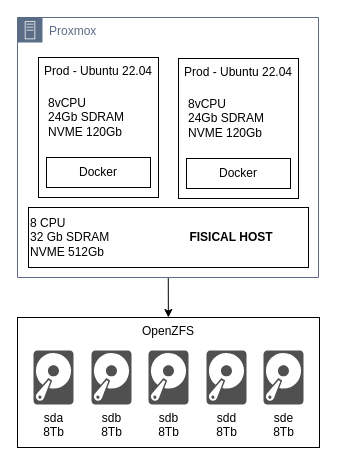
vshxp/home-server-docker-services keeps this draw.io diagram as architecture.drawio. Above is the earlier version. Source tidied: cells renumbered, new cells numbered last; positions are measured from the earlier drawing's top-left corner, leaving out a move shared by most shapes. Both pictures are drawn from the tidied source at 100%, with x=0, y=0 at pixel (17, 17).
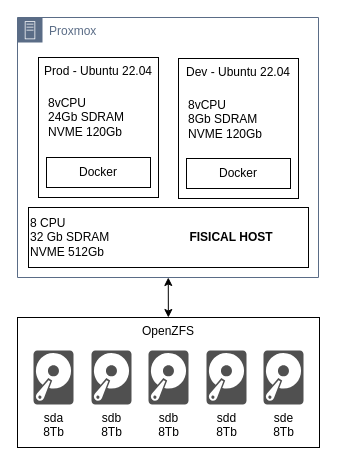
The same page after the edit.

Change to the diagram source:
```diff
@@
 <mxGraphModel>
   <root>
     <mxCell id="0" />
     <mxCell id="1" parent="0" />
-    <mxCell id="2" style="edgeStyle=none;html=1;" parent="1" edge="1" source="3" target="8">
+    <mxCell id="2" style="edgeStyle=none;html=1;startArrow=classic;startFill=1;" parent="1" edge="1" source="3" target="8">
       <mxGeometry relative="1" as="geometry" />
     </mxCell>
     <mxCell id="3" value="Proxmox" style="points=[[0,0],[0.25,0],[0.5,0],[0.75,0],[1,0],[1,0.25],[1,0.5],[1,0.75],[1,1],[0.75,1],[0.5,1],[0.25,1],[0,1],[0,0.75],[0,0.5],[0,0.25]];outlineConnect=0;gradientColor=none;html=1;whiteSpace=wrap;fontSize=12;fontStyle=0;shape=mxgraph.aws4.group;grIcon=mxgraph.aws4.group_on_premise;strokeColor=#5A6C86;fillColor=none;verticalAlign=top;align=left;spacingLeft=30;fontColor=#5A6C86;dashed=0;spacingTop=0;" parent="1" vertex="1">
       <mxGeometry width="301" height="260" as="geometry" />
     </mxCell>
     <mxCell id="4" value="Prod - Ubuntu 22.04" style="rounded=0;whiteSpace=wrap;html=1;shadow=0;sketch=0;align=center;verticalAlign=top;" parent="3" vertex="1">
       <mxGeometry x="21" y="40" width="120" height="140" as="geometry" />
     </mxCell>
     <mxCell id="5" value="Docker" style="rounded=0;whiteSpace=wrap;html=1;shadow=0;sketch=0;" parent="3" vertex="1">
       <mxGeometry x="29" y="140" width="104" height="30" as="geometry" />
     </mxCell>
     <mxCell id="6" value="8vCPU&lt;br&gt;24Gb SDRAM&lt;br&gt;NVME 120Gb" style="text;html=1;align=left;verticalAlign=middle;strokeColor=none;fillColor=none;" parent="3" vertex="1">
       <mxGeometry x="29" y="70" width="100" height="60" as="geometry" />
     </mxCell>
     <mxCell id="7" style="group;" parent="1" vertex="1">
       <mxGeometry y="300" width="302" height="130" as="geometry" />
     </mxCell>
     <mxCell id="8" value="OpenZFS" style="rounded=0;whiteSpace=wrap;html=1;labelPosition=center;verticalLabelPosition=middle;align=center;verticalAlign=top;" parent="7" vertex="1">
       <mxGeometry width="302" height="130" as="geometry" />
     </mxCell>
     <mxCell id="9" value="sda&lt;br&gt;8Tb" style="sketch=0;shadow=0;dashed=0;html=1;strokeColor=none;fillColor=#505050;labelPosition=center;verticalLabelPosition=bottom;verticalAlign=top;align=center;shape=mxgraph.office.devices.hard_disk;" parent="7" vertex="1">
       <mxGeometry x="16" y="33" width="40" height="54" as="geometry" />
     </mxCell>
     <mxCell id="10" value="sdb&lt;br&gt;8Tb" style="sketch=0;shadow=0;dashed=0;html=1;strokeColor=none;fillColor=#505050;labelPosition=center;verticalLabelPosition=bottom;verticalAlign=top;align=center;shape=mxgraph.office.devices.hard_disk;" parent="7" vertex="1">
       <mxGeometry x="74" y="33" width="40" height="54" as="geometry" />
     </mxCell>
     <mxCell id="11" value="sdb&lt;br&gt;8Tb" style="sketch=0;shadow=0;dashed=0;html=1;strokeColor=none;fillColor=#505050;labelPosition=center;verticalLabelPosition=bottom;verticalAlign=top;align=center;shape=mxgraph.office.devices.hard_disk;" parent="7" vertex="1">
       <mxGeometry x="131" y="33" width="40" height="54" as="geometry" />
     </mxCell>
     <mxCell id="12" value="sdd&lt;br&gt;8Tb" style="sketch=0;shadow=0;dashed=0;html=1;strokeColor=none;fillColor=#505050;labelPosition=center;verticalLabelPosition=bottom;verticalAlign=top;align=center;shape=mxgraph.office.devices.hard_disk;" parent="7" vertex="1">
       <mxGeometry x="189" y="33" width="40" height="54" as="geometry" />
     </mxCell>
     <mxCell id="13" value="sde&lt;br&gt;8Tb" style="sketch=0;shadow=0;dashed=0;html=1;strokeColor=none;fillColor=#505050;labelPosition=center;verticalLabelPosition=bottom;verticalAlign=top;align=center;shape=mxgraph.office.devices.hard_disk;" parent="7" vertex="1">
       <mxGeometry x="246" y="33" width="40" height="54" as="geometry" />
     </mxCell>
     <mxCell id="14" value="&lt;span style=&quot;&quot;&gt;8 CPU&lt;/span&gt;&lt;br style=&quot;&quot;&gt;&lt;div style=&quot;&quot;&gt;&lt;span style=&quot;background-color: initial;&quot;&gt;32 Gb SDRAM&lt;/span&gt;&lt;/div&gt;&lt;div style=&quot;&quot;&gt;&lt;span style=&quot;background-color: initial;&quot;&gt;NVME 512Gb&lt;/span&gt;&lt;/div&gt;" style="rounded=0;whiteSpace=wrap;html=1;shadow=0;sketch=0;align=left;" parent="1" vertex="1">
       <mxGeometry x="11" y="190" width="280" height="60" as="geometry" />
     </mxCell>
     <mxCell id="15" value="FISICAL HOST" style="text;html=1;strokeColor=none;fillColor=none;align=center;verticalAlign=middle;whiteSpace=wrap;rounded=0;shadow=0;sketch=0;fontStyle=1;" parent="1" vertex="1">
       <mxGeometry x="169" y="205" width="90" height="30" as="geometry" />
     </mxCell>
-    <mxCell id="16" value="Prod - Ubuntu 22.04" style="rounded=0;whiteSpace=wrap;html=1;shadow=0;sketch=0;align=center;verticalAlign=top;" parent="1" vertex="1">
+    <mxCell id="16" value="Dev - Ubuntu 22.04" style="rounded=0;whiteSpace=wrap;html=1;shadow=0;sketch=0;align=center;verticalAlign=top;" parent="1" vertex="1">
       <mxGeometry x="161" y="41" width="120" height="140" as="geometry" />
     </mxCell>
     <mxCell id="17" value="Docker" style="rounded=0;whiteSpace=wrap;html=1;shadow=0;sketch=0;" parent="1" vertex="1">
       <mxGeometry x="169" y="141" width="104" height="30" as="geometry" />
     </mxCell>
-    <mxCell id="18" value="8vCPU&lt;br&gt;24Gb SDRAM&lt;br&gt;NVME 120Gb" style="text;html=1;align=left;verticalAlign=middle;strokeColor=none;fillColor=none;" parent="1" vertex="1">
-      <mxGeometry x="169" y="71" width="100" height="60" as="geometry" />
+    <mxCell id="18" value="8vCPU&lt;br&gt;8Gb SDRAM&lt;br&gt;NVME 120Gb" style="text;html=1;align=left;verticalAlign=middle;strokeColor=none;fillColor=none;" parent="1" vertex="1">
+      <mxGeometry x="169" y="74" width="92" height="55" as="geometry" />
     </mxCell>
   </root>
 </mxGraphModel>
```
